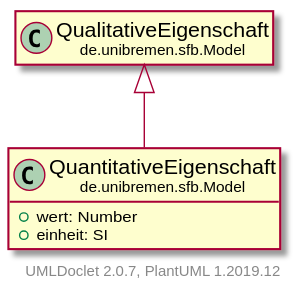
Earlier version of the PlantUML export doc/UML/modulsichtSVG/QuantitativeEigenschaft.svg (fkehlenb/softwareprojekt-2). Its diagram source:
```plantuml
@startuml
    set namespaceSeparator none
    hide empty fields
    hide empty methods

    class "<size:14>QuantitativeEigenschaft\n<size:10>de.unibremen.sfb.Model" as de.unibremen.sfb.Model.QuantitativeEigenschaft [[QuantitativeEigenschaft.html]] {
        +wert: Number
        +einheit: SI
    }

    class "<size:14>QualitativeEigenschaft\n<size:10>de.unibremen.sfb.Model" as de.unibremen.sfb.Model.QualitativeEigenschaft [[QualitativeEigenschaft.html]]

    de.unibremen.sfb.Model.QualitativeEigenschaft <|-- de.unibremen.sfb.Model.QuantitativeEigenschaft

    center footer UMLDoclet 2.0.7, PlantUML 1.2019.12
@enduml
```
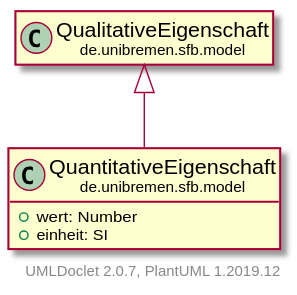
The same diagram one commit later.

The edit, as a diff of the source:
```diff
@@ -3,14 +3,14 @@
     hide empty fields
     hide empty methods
 
-    class "<size:14>QuantitativeEigenschaft\n<size:10>de.unibremen.sfb.Model" as de.unibremen.sfb.Model.QuantitativeEigenschaft [[QuantitativeEigenschaft.html]] {
+    class "<size:14>QuantitativeEigenschaft\n<size:10>de.unibremen.sfb.model" as de.unibremen.sfb.model.QuantitativeEigenschaft [[QuantitativeEigenschaft.html]] {
         +wert: Number
         +einheit: SI
     }
 
-    class "<size:14>QualitativeEigenschaft\n<size:10>de.unibremen.sfb.Model" as de.unibremen.sfb.Model.QualitativeEigenschaft [[QualitativeEigenschaft.html]]
+    class "<size:14>QualitativeEigenschaft\n<size:10>de.unibremen.sfb.model" as de.unibremen.sfb.model.QualitativeEigenschaft [[QualitativeEigenschaft.html]]
 
-    de.unibremen.sfb.Model.QualitativeEigenschaft <|-- de.unibremen.sfb.Model.QuantitativeEigenschaft
+    de.unibremen.sfb.model.QualitativeEigenschaft <|-- de.unibremen.sfb.model.QuantitativeEigenschaft
 
     center footer UMLDoclet 2.0.7, PlantUML 1.2019.12
 @enduml
```
